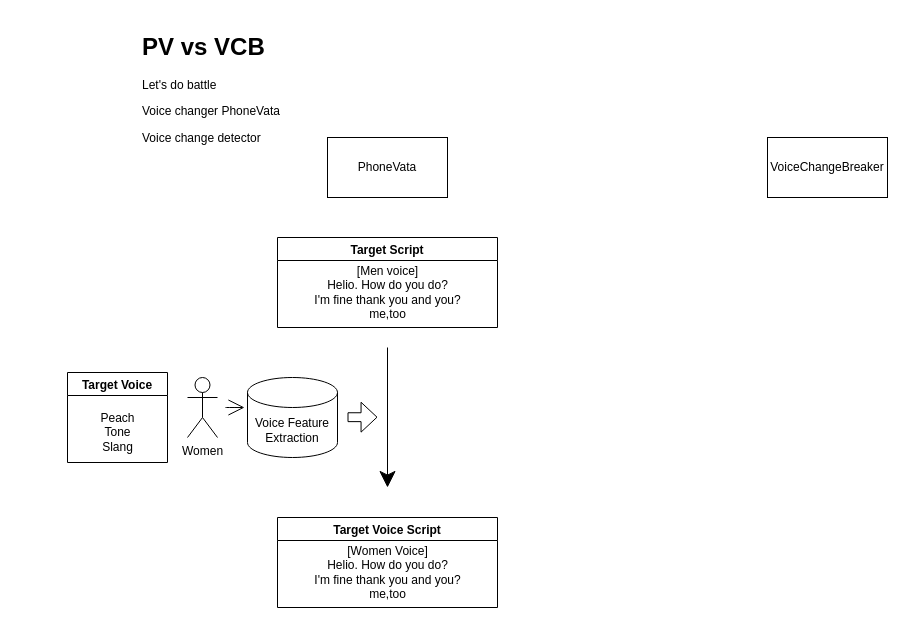
The draw.io diagram Untitled Diagram.drawio in goldpu/Flowchart-collection, before the edit. Source tidied: cells renumbered, new cells numbered last; positions are measured from the earlier drawing's top-left corner, leaving out a move shared by most shapes. Both pictures are drawn from the tidied source at 100%, with x=0, y=0 at pixel (67, 27).
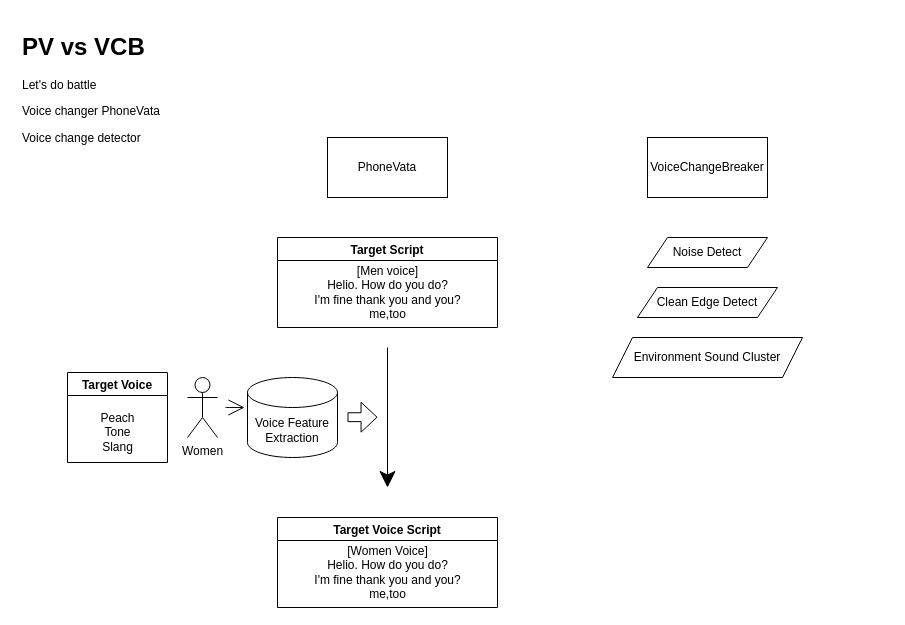
The same diagram, later.

The edit, as a diff of the source:
```diff
@@
     <mxCell id="3" value="VoiceChangeBreaker" style="rounded=0;whiteSpace=wrap;html=1;hachureGap=4;" parent="1" vertex="1">
-      <mxGeometry x="700" y="110" width="120" height="60" as="geometry" />
+      <mxGeometry x="580" y="110" width="120" height="60" as="geometry" />
     </mxCell>
     <mxCell id="4" value="&lt;h1&gt;PV vs VCB&lt;/h1&gt;&lt;p&gt;Let's do battle&lt;/p&gt;&lt;p&gt;Voice changer PhoneVata&lt;/p&gt;&lt;p&gt;Voice change detector&amp;nbsp;&lt;/p&gt;&lt;p&gt;&lt;br&gt;&lt;/p&gt;" style="text;html=1;strokeColor=none;fillColor=none;spacing=5;spacingTop=-20;whiteSpace=wrap;overflow=hidden;rounded=0;hachureGap=4;" parent="1" vertex="1">
-      <mxGeometry x="70" width="180" height="270" as="geometry" />
+      <mxGeometry x="-50" width="180" height="270" as="geometry" />
     </mxCell>
@@
+    <mxCell id="16" value="Noise Detect" style="shape=parallelogram;perimeter=parallelogramPerimeter;whiteSpace=wrap;html=1;fixedSize=1;hachureGap=4;" parent="1" vertex="1">
+      <mxGeometry x="580" y="210" width="120" height="30" as="geometry" />
+    </mxCell>
+    <mxCell id="17" value="Clean Edge Detect" style="shape=parallelogram;perimeter=parallelogramPerimeter;whiteSpace=wrap;html=1;fixedSize=1;hachureGap=4;" parent="1" vertex="1">
+      <mxGeometry x="570" y="260" width="140" height="30" as="geometry" />
+    </mxCell>
+    <mxCell id="18" value="Environment Sound Cluster" style="shape=parallelogram;perimeter=parallelogramPerimeter;whiteSpace=wrap;html=1;fixedSize=1;hachureGap=4;" parent="1" vertex="1">
+      <mxGeometry x="545" y="310" width="190" height="40" as="geometry" />
+    </mxCell>
```
